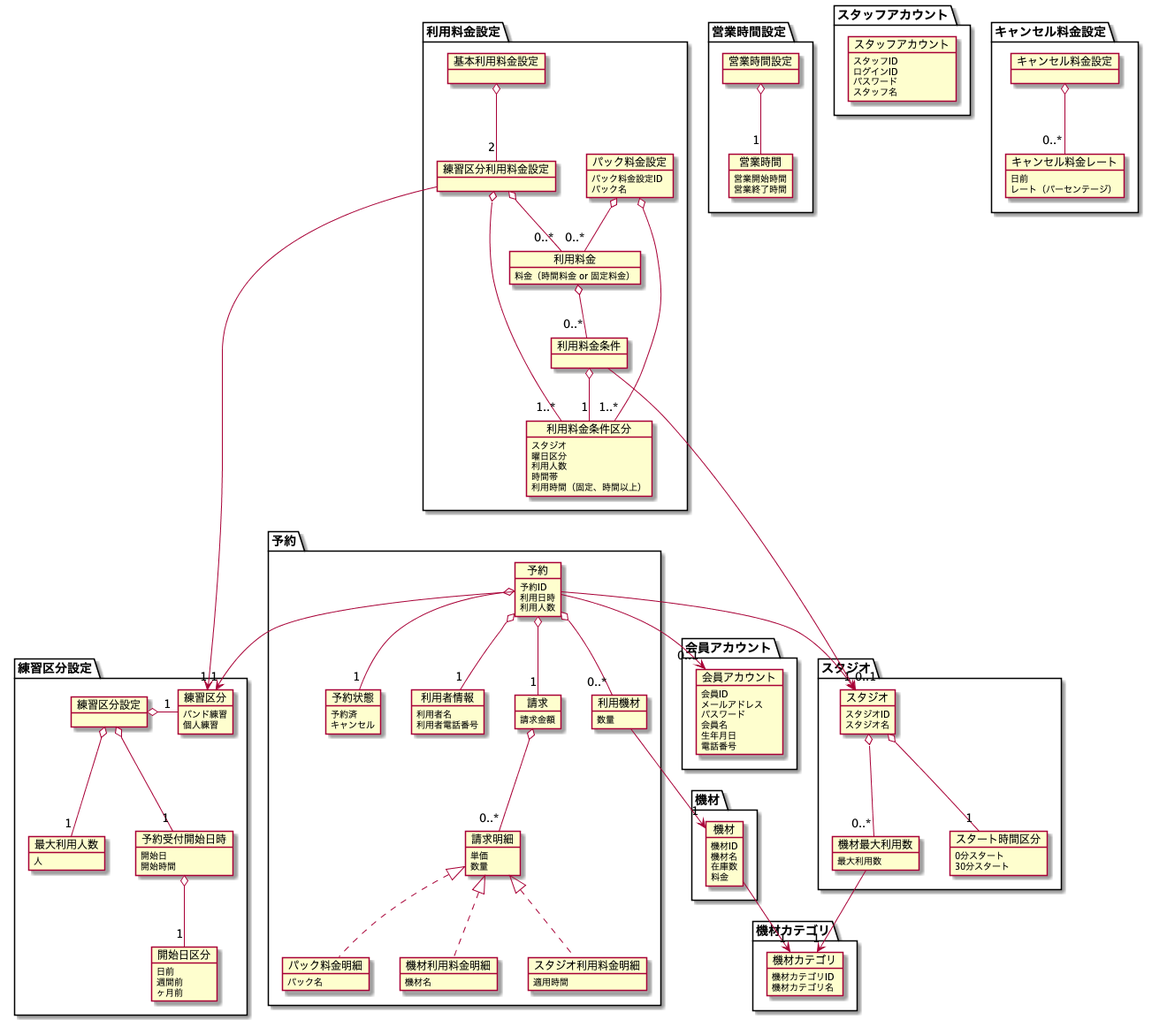
The PlantUML diagram modeling/DomainModel/DomainModel.png in TakashiOnawa/ddd-practice-studio-reservation, before a commit.
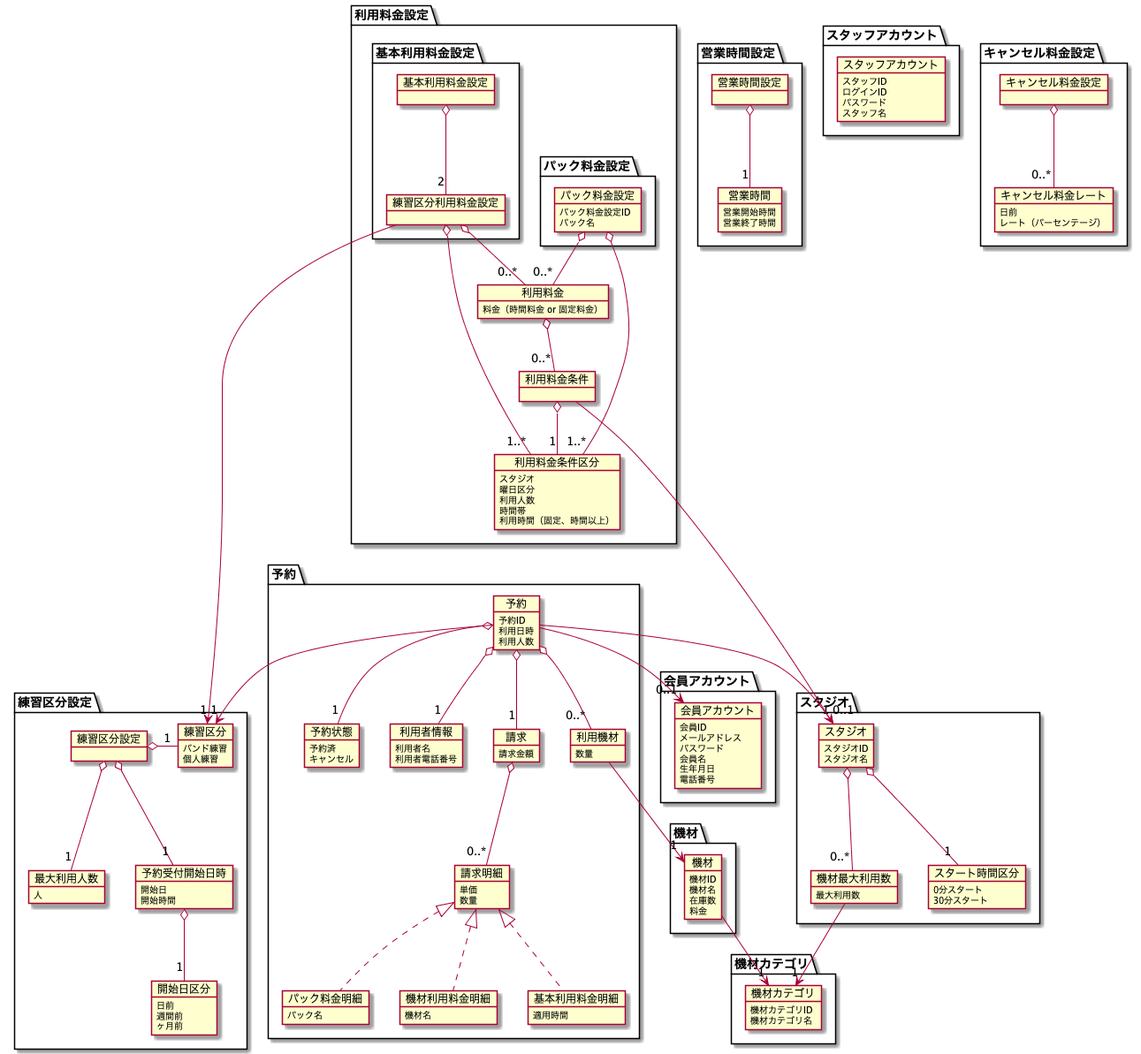
After the commit.

Diff of the diagram source:
```diff
@@ -30,7 +30,7 @@
         数量
     }
 
-    object スタジオ利用料金明細 {
+    object 基本利用料金明細 {
         適用時間
     }
 
@@ -131,15 +131,19 @@
 }
 
 package 利用料金設定 {
-    object 基本利用料金設定 {
+    package 基本利用料金設定 {
+        object 基本利用料金設定 {
+        }
+
+        object 練習区分利用料金設定 {
+        }
     }
 
-    object 練習区分利用料金設定 {
-    }
-
-    object パック料金設定 {
-        パック料金設定ID
-        パック名
+    package パック料金設定 {
+        object パック料金設定 {
+            パック料金設定ID
+            パック名
+        }
     }
 
     object 利用料金 {
@@ -177,7 +181,7 @@
 予約 --> "0..1" 会員アカウント
 
 請求 o-- "0..*" 請求明細
-請求明細 <|.. スタジオ利用料金明細
+請求明細 <|.. 基本利用料金明細
 請求明細 <|.. パック料金明細
 請求明細 <|.. 機材利用料金明細
 
```
